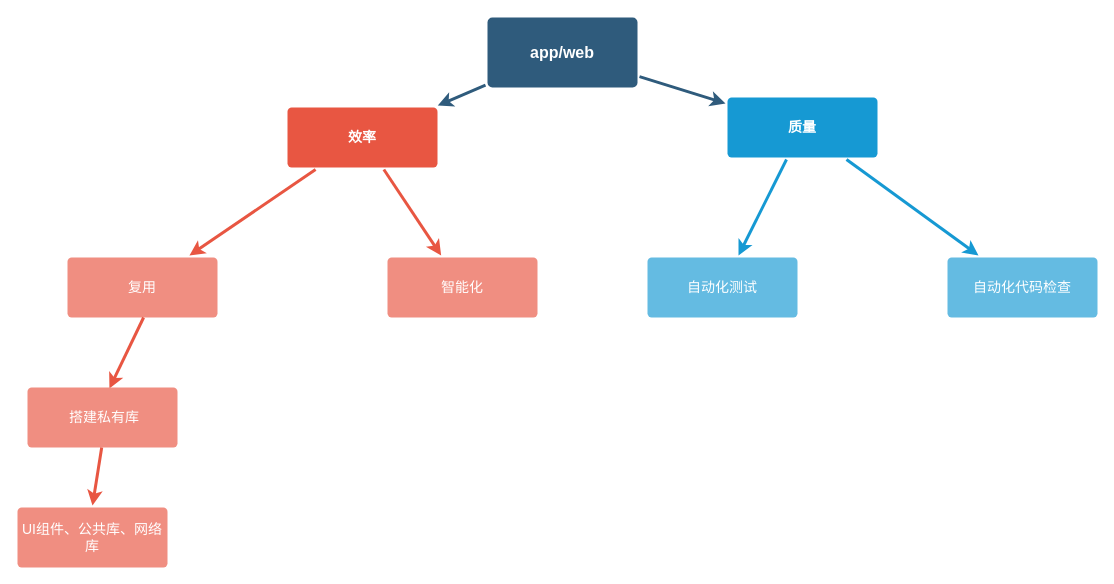
The draw.io diagram app-技术梳理-思维导图.drawio in metre/images, before the edit. Source tidied: cells renumbered, new cells numbered last; positions are measured from the earlier drawing's top-left corner, leaving out a move shared by most shapes. Both pictures are drawn from the tidied source at 100%, with x=0, y=0 at pixel (17, 17).
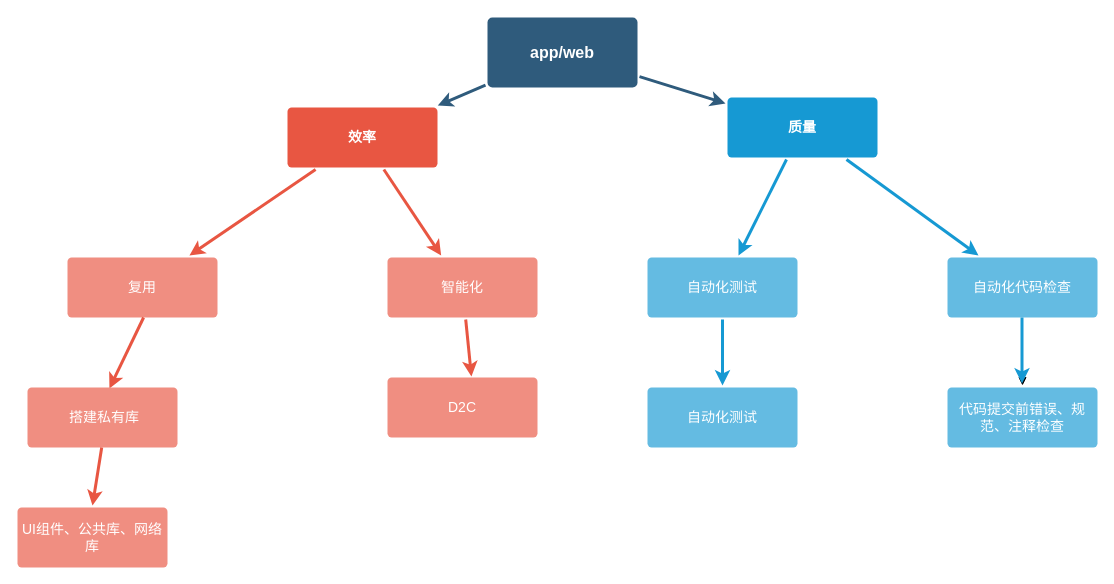
The same diagram, later.

Commit message (it also covers changes not shown here):
Update app-技术梳理-思维导图.drawio

The change refers to these unchanged cells:
```xml
<mxCell id="8" value="智能化" style="rounded=1;whiteSpace=wrap;html=1;shadow=0;labelBackgroundColor=none;strokeColor=none;strokeWidth=3;fillColor=#f08e81;fontFamily=Helvetica;fontSize=14;fontColor=#FFFFFF;align=center;spacing=5;fontStyle=0;arcSize=7;perimeterSpacing=2;" parent="1" vertex="1">
  <mxGeometry x="370" y="240" width="150" height="60" as="geometry" />
</mxCell>
<mxCell id="13" value="自动化代码检查" style="rounded=1;whiteSpace=wrap;html=1;shadow=0;labelBackgroundColor=none;strokeColor=none;strokeWidth=3;fillColor=#64bbe2;fontFamily=Helvetica;fontSize=14;fontColor=#FFFFFF;align=center;spacing=5;arcSize=7;perimeterSpacing=2;" parent="1" vertex="1">
  <mxGeometry x="930" y="240" width="150" height="60" as="geometry" />
</mxCell>
<mxCell id="14" value="自动化测试" style="rounded=1;whiteSpace=wrap;html=1;shadow=0;labelBackgroundColor=none;strokeColor=none;strokeWidth=3;fillColor=#64bbe2;fontFamily=Helvetica;fontSize=14;fontColor=#FFFFFF;align=center;spacing=5;arcSize=7;perimeterSpacing=2;" parent="1" vertex="1">
  <mxGeometry x="630" y="240" width="150" height="60" as="geometry" />
</mxCell>
```

What changed in the source:
```diff
@@
+    <mxCell id="19" style="edgeStyle=orthogonalEdgeStyle;rounded=0;jettySize=auto;html=1;" parent="1" edge="1" source="13" target="24">
+      <mxGeometry relative="1" as="geometry" />
+    </mxCell>
@@
+    <mxCell id="20" value="D2C" style="rounded=1;whiteSpace=wrap;html=1;shadow=0;labelBackgroundColor=none;strokeColor=none;strokeWidth=3;fillColor=#f08e81;fontFamily=Helvetica;fontSize=14;fontColor=#FFFFFF;align=center;spacing=5;fontStyle=0;arcSize=7;perimeterSpacing=2;" parent="1" vertex="1">
+      <mxGeometry x="370" y="360" width="150" height="60" as="geometry" />
+    </mxCell>
+    <mxCell id="21" style="edgeStyle=none;rounded=1;jumpStyle=none;html=1;shadow=0;labelBackgroundColor=none;startArrow=none;startFill=0;jettySize=auto;strokeColor=#E85642;strokeWidth=3;fontFamily=Helvetica;fontSize=14;fontColor=#FFFFFF;spacing=5;fontStyle=1;fillColor=#b0e3e6;entryX=0.558;entryY=0.016;entryDx=0;entryDy=0;entryPerimeter=0;" parent="1" edge="1" source="8" target="20">
+      <mxGeometry relative="1" as="geometry" />
+    </mxCell>
+    <mxCell id="22" value="自动化测试" style="rounded=1;whiteSpace=wrap;html=1;shadow=0;labelBackgroundColor=none;strokeColor=none;strokeWidth=3;fillColor=#64bbe2;fontFamily=Helvetica;fontSize=14;fontColor=#FFFFFF;align=center;spacing=5;arcSize=7;perimeterSpacing=2;" parent="1" vertex="1">
+      <mxGeometry x="630" y="370" width="150" height="60" as="geometry" />
+    </mxCell>
+    <mxCell id="23" style="edgeStyle=none;rounded=0;jumpStyle=none;html=1;shadow=0;labelBackgroundColor=none;startArrow=none;startFill=0;endArrow=classic;endFill=1;jettySize=auto;strokeColor=#1699D3;strokeWidth=3;fontFamily=Helvetica;fontSize=14;fontColor=#FFFFFF;spacing=5;" parent="1" edge="1" source="14" target="22">
+      <mxGeometry relative="1" as="geometry" />
+    </mxCell>
+    <mxCell id="24" value="代码提交前错误、规范、注释检查" style="rounded=1;whiteSpace=wrap;html=1;shadow=0;labelBackgroundColor=none;strokeColor=none;strokeWidth=3;fillColor=#64bbe2;fontFamily=Helvetica;fontSize=14;fontColor=#FFFFFF;align=center;spacing=5;arcSize=7;perimeterSpacing=2;" parent="1" vertex="1">
+      <mxGeometry x="930" y="370" width="150" height="60" as="geometry" />
+    </mxCell>
+    <mxCell id="25" style="edgeStyle=none;rounded=0;jumpStyle=none;html=1;shadow=0;labelBackgroundColor=none;startArrow=none;startFill=0;endArrow=classic;endFill=1;jettySize=auto;orthogonalLoop=1;strokeColor=#1699D3;strokeWidth=3;fontFamily=Helvetica;fontSize=14;fontColor=#FFFFFF;spacing=5;" parent="1" edge="1">
+      <mxGeometry relative="1" as="geometry">
+        <mxPoint x="1004.5" y="300" as="sourcePoint" />
+        <mxPoint x="1004.5" y="366" as="targetPoint" />
+      </mxGeometry>
+    </mxCell>
```
